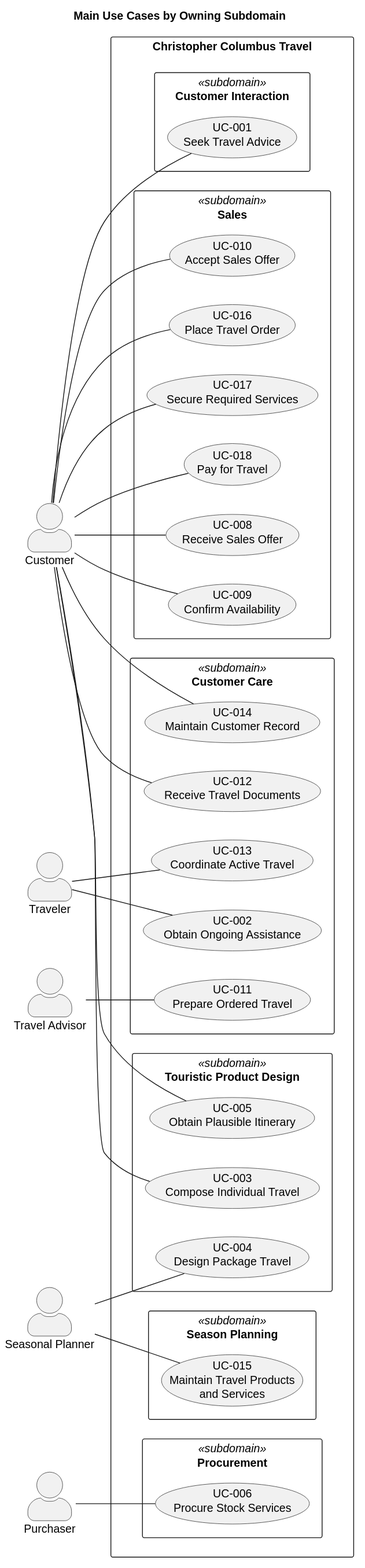
This is docs/requirements/use-cases/overview.svg from hochschule-darmstadt/a3se_app, a PlantUML export, as it was before one commit.
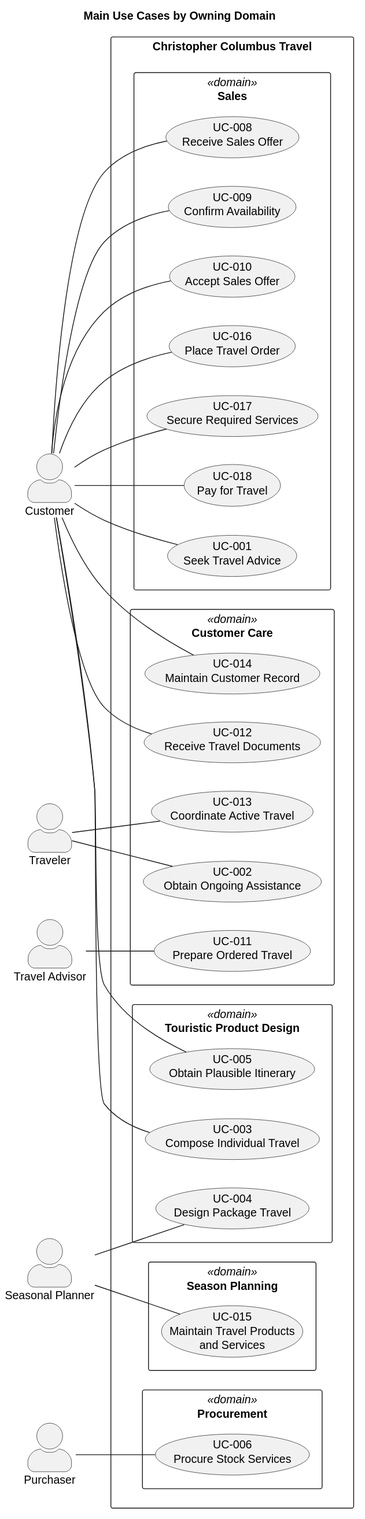
Above is the later version.

Change to the diagram source:
```diff
@@ -1,5 +1,5 @@
 @startuml
-title Main Use Cases by Owning Subdomain
+title Main Use Cases by Owning Domain
 
 left to right direction
 skinparam shadowing false
@@ -13,21 +13,19 @@
 actor Purchaser
 
 rectangle "Christopher Columbus Travel" {
-  package "Customer Interaction" <<subdomain>> {
-    usecase "UC-001\nSeek Travel Advice" as UC001
-  }
-  package "Season Planning" <<subdomain>> {
+  package "Season Planning" <<domain>> {
     usecase "UC-015\nMaintain Travel Products\nand Services" as UC015
   }
-  package "Procurement" <<subdomain>> {
+  package "Procurement" <<domain>> {
     usecase "UC-006\nProcure Stock Services" as UC006
   }
-  package "Touristic Product Design" <<subdomain>> {
+  package "Touristic Product Design" <<domain>> {
     usecase "UC-003\nCompose Individual Travel" as UC003
     usecase "UC-004\nDesign Package Travel" as UC004
     usecase "UC-005\nObtain Plausible Itinerary" as UC005
   }
-  package "Sales" <<subdomain>> {
+  package "Sales" <<domain>> {
+    usecase "UC-001\nSeek Travel Advice" as UC001
     usecase "UC-008\nReceive Sales Offer" as UC008
     usecase "UC-009\nConfirm Availability" as UC009
     usecase "UC-010\nAccept Sales Offer" as UC010
@@ -35,7 +33,7 @@
     usecase "UC-017\nSecure Required Services" as UC017
     usecase "UC-018\nPay for Travel" as UC018
   }
-  package "Customer Care" <<subdomain>> {
+  package "Customer Care" <<domain>> {
     usecase "UC-002\nObtain Ongoing Assistance" as UC002
     usecase "UC-011\nPrepare Ordered Travel" as UC011
     usecase "UC-012\nReceive Travel Documents" as UC012
```
